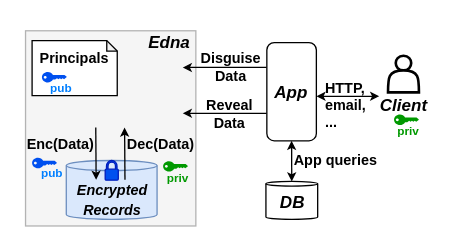
Earlier version of the draw.io diagram page "EDNA" (2 of 13) of papers/osdi22/figs/edna.drawio (tslilyai/data_disguises_lobsters). Source tidied: cells renumbered, new cells numbered last; positions are measured from the earlier drawing's top-left corner, leaving out a move shared by most shapes. Both pictures are drawn from the tidied source at 131%, with x=0, y=0 at pixel (22, 22).
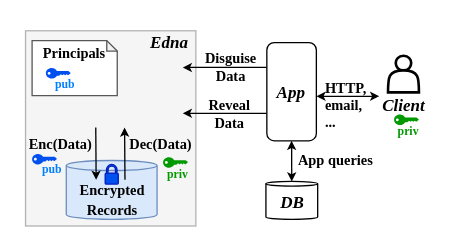
The same page after the edit.

What changed in the source:
```diff
@@
-    <mxCell id="2" value="&lt;div style=&quot;font-size: 11px;&quot;&gt;HTTP, &lt;br style=&quot;font-size: 11px;&quot;&gt;email, &lt;br style=&quot;font-size: 11px;&quot;&gt;...&lt;/div&gt;" style="text;html=1;strokeColor=none;fillColor=none;align=left;verticalAlign=middle;whiteSpace=wrap;rounded=0;fontSize=11;fontColor=#000000;labelBackgroundColor=#ffffff;fontStyle=1;" parent="1" vertex="1">
+    <mxCell id="2" value="&lt;div style=&quot;font-size: 11px;&quot;&gt;HTTP, &lt;br style=&quot;font-size: 11px;&quot;&gt;email, &lt;br style=&quot;font-size: 11px;&quot;&gt;...&lt;/div&gt;" style="text;html=1;strokeColor=none;fillColor=none;align=left;verticalAlign=middle;whiteSpace=wrap;rounded=0;fontSize=11;fontColor=#000000;labelBackgroundColor=#ffffff;fontStyle=1;fontFamily=Times New Roman;" parent="1" vertex="1">
       <mxGeometry x="229" y="55.5" width="43" height="15" as="geometry" />
     </mxCell>
-    <mxCell id="3" value="&lt;div style=&quot;font-size: 11px;&quot;&gt;Disguise &lt;br style=&quot;font-size: 11px;&quot;&gt;Data&lt;/div&gt;" style="text;html=1;strokeColor=none;fillColor=none;align=center;verticalAlign=middle;whiteSpace=wrap;rounded=0;fontSize=11;fontColor=#000000;labelBackgroundColor=#ffffff;fontStyle=1;" parent="1" vertex="1">
+    <mxCell id="3" value="&lt;div style=&quot;font-size: 11px;&quot;&gt;Disguise &lt;br style=&quot;font-size: 11px;&quot;&gt;Data&lt;/div&gt;" style="text;html=1;strokeColor=none;fillColor=none;align=center;verticalAlign=middle;whiteSpace=wrap;rounded=0;fontSize=11;fontColor=#000000;labelBackgroundColor=#ffffff;fontStyle=1;fontFamily=Times New Roman;" parent="1" vertex="1">
       <mxGeometry x="99" y="24" width="120" height="20" as="geometry" />
     </mxCell>
-    <mxCell id="4" value="DB" style="shape=cylinder3;whiteSpace=wrap;html=1;boundedLbl=1;backgroundOutline=1;size=1.7999999999999545;fillColor=none;fontSize=13;fontStyle=3;" parent="1" vertex="1">
+    <mxCell id="4" value="DB" style="shape=cylinder3;whiteSpace=wrap;html=1;boundedLbl=1;backgroundOutline=1;size=1.7999999999999545;fillColor=none;fontSize=13;fontStyle=3;fontFamily=Times New Roman;" parent="1" vertex="1">
       <mxGeometry x="185.5" y="121" width="39.5" height="29" as="geometry" />
     </mxCell>
-    <mxCell id="5" value="App" style="rounded=1;whiteSpace=wrap;html=1;fillColor=none;fontSize=13;fontStyle=3;" parent="1" vertex="1">
+    <mxCell id="5" value="App" style="rounded=1;whiteSpace=wrap;html=1;fillColor=none;fontSize=13;fontStyle=3;fontFamily=Times New Roman;spacing=0;" parent="1" vertex="1">
       <mxGeometry x="186.2" y="15" width="37.8" height="75" as="geometry" />
     </mxCell>
-    <mxCell id="6" style="rounded=0;whiteSpace=wrap;html=1;fillColor=#f5f5f5;fontSize=15;fontColor=#333333;flipV=1;horizontal=1;verticalAlign=top;spacing=0;spacingTop=-14;strokeColor=#B3B3B3;fontStyle=3;" parent="1" vertex="1">
+    <mxCell id="6" style="rounded=0;whiteSpace=wrap;html=1;fillColor=#f5f5f5;fontSize=15;fontColor=#333333;flipV=1;horizontal=1;verticalAlign=top;spacing=0;spacingTop=-14;strokeColor=#B3B3B3;fontStyle=3;fontFamily=Times New Roman;" parent="1" vertex="1">
       <mxGeometry x="2" y="6" width="130" height="149" as="geometry" />
     </mxCell>
-    <mxCell id="7" style="endArrow=classic;html=1;strokeWidth=1;fontSize=15;fontColor=#000000;entryX=1.042;entryY=0.819;entryDx=0;entryDy=0;entryPerimeter=0;endSize=4;startSize=4;fontStyle=1;" parent="1" edge="1">
+    <mxCell id="7" style="endArrow=classic;html=1;strokeWidth=1;fontSize=15;fontColor=#000000;entryX=1.042;entryY=0.819;entryDx=0;entryDy=0;entryPerimeter=0;endSize=4;startSize=4;fontStyle=1;fontFamily=Times New Roman;" parent="1" edge="1">
       <mxGeometry relative="1" as="geometry">
         <mxPoint x="186" y="34" as="sourcePoint" />
         <mxPoint x="122" y="34" as="targetPoint" />
       </mxGeometry>
     </mxCell>
-    <mxCell id="8" style="endArrow=classic;html=1;strokeWidth=1;fontSize=15;fontColor=#000000;startArrow=classic;startFill=1;endSize=4;startSize=4;exitX=0.5;exitY=1;exitDx=0;exitDy=0;fontStyle=1;" parent="1" edge="1" source="5" target="4">
+    <mxCell id="8" style="endArrow=classic;html=1;strokeWidth=1;fontSize=15;fontColor=#000000;startArrow=classic;startFill=1;endSize=4;startSize=4;exitX=0.5;exitY=1;exitDx=0;exitDy=0;fontStyle=1;fontFamily=Times New Roman;" parent="1" edge="1" source="5" target="4">
       <mxGeometry relative="1" as="geometry" />
     </mxCell>
-    <mxCell id="9" value="&lt;div style=&quot;font-size: 11px;&quot;&gt;App queries&lt;/div&gt;" style="text;html=1;strokeColor=none;fillColor=none;align=center;verticalAlign=middle;whiteSpace=wrap;rounded=0;fontSize=11;fontColor=#000000;labelBackgroundColor=#ffffff;fontStyle=1;" parent="1" vertex="1">
+    <mxCell id="9" value="&lt;div style=&quot;font-size: 11px;&quot;&gt;App queries&lt;/div&gt;" style="text;html=1;strokeColor=none;fillColor=none;align=center;verticalAlign=middle;whiteSpace=wrap;rounded=0;fontSize=11;fontColor=#000000;labelBackgroundColor=#ffffff;fontStyle=1;fontFamily=Times New Roman;" parent="1" vertex="1">
       <mxGeometry x="193.5" y="97" width="90" height="15" as="geometry" />
     </mxCell>
-    <mxCell id="10" value="&lt;div style=&quot;font-size: 11px;&quot;&gt;Principals&lt;/div&gt;" style="shape=note;whiteSpace=wrap;html=1;backgroundOutline=1;darkOpacity=0.05;size=8;labelBackgroundColor=none;horizontal=1;verticalAlign=top;fontStyle=1;fontSize=11;" parent="1" vertex="1">
+    <mxCell id="10" value="&lt;div style=&quot;font-size: 11px;&quot;&gt;Principals&lt;/div&gt;" style="shape=note;whiteSpace=wrap;html=1;backgroundOutline=1;darkOpacity=0.05;size=8;labelBackgroundColor=none;horizontal=1;verticalAlign=top;fontStyle=1;fontSize=11;fontFamily=Times New Roman;spacing=-2;strokeColor=#575757;" parent="1" vertex="1">
       <mxGeometry x="7" y="13.5" width="65" height="42" as="geometry" />
     </mxCell>
-    <mxCell id="11" value="&lt;div style=&quot;font-size: 11px;&quot;&gt;Reveal&lt;br style=&quot;font-size: 11px;&quot;&gt;Data&lt;/div&gt;" style="text;html=1;strokeColor=none;fillColor=none;align=center;verticalAlign=middle;whiteSpace=wrap;rounded=0;fontSize=11;fontColor=#000000;labelBackgroundColor=#ffffff;fontStyle=1;" parent="1" vertex="1">
+    <mxCell id="11" value="&lt;div style=&quot;font-size: 11px;&quot;&gt;Reveal&lt;br style=&quot;font-size: 11px;&quot;&gt;Data&lt;/div&gt;" style="text;html=1;strokeColor=none;fillColor=none;align=center;verticalAlign=middle;whiteSpace=wrap;rounded=0;fontSize=11;fontColor=#000000;labelBackgroundColor=#ffffff;fontStyle=1;fontFamily=Times New Roman;" parent="1" vertex="1">
       <mxGeometry x="145" y="60" width="26" height="20" as="geometry" />
     </mxCell>
-    <mxCell id="12" style="endArrow=classic;html=1;strokeWidth=1;fontSize=15;fontColor=#000000;entryX=1.042;entryY=0.819;entryDx=0;entryDy=0;entryPerimeter=0;endSize=4;startSize=4;fontStyle=1;" parent="1" edge="1">
+    <mxCell id="12" style="endArrow=classic;html=1;strokeWidth=1;fontSize=15;fontColor=#000000;entryX=1.042;entryY=0.819;entryDx=0;entryDy=0;entryPerimeter=0;endSize=4;startSize=4;fontStyle=1;fontFamily=Times New Roman;" parent="1" edge="1">
       <mxGeometry relative="1" as="geometry">
         <mxPoint x="186" y="69" as="sourcePoint" />
         <mxPoint x="122" y="69" as="targetPoint" />
       </mxGeometry>
     </mxCell>
-    <mxCell id="13" value="&lt;font style=&quot;font-size: 11px&quot;&gt;Encrypted &lt;br&gt;Records&lt;/font&gt;" style="shape=cylinder3;html=1;boundedLbl=1;backgroundOutline=1;size=3.8275862068964557;labelPosition=center;verticalLabelPosition=middle;align=center;verticalAlign=bottom;fillColor=#dae8fc;strokeColor=#6c8ebf;spacingBottom=-3;fontStyle=3;" parent="1" vertex="1">
+    <mxCell id="13" value="&lt;font style=&quot;font-size: 11px&quot;&gt;Encrypted &lt;br&gt;Records&lt;/font&gt;" style="shape=cylinder3;html=1;boundedLbl=1;backgroundOutline=1;size=3.8275862068964557;labelPosition=center;verticalLabelPosition=middle;align=center;verticalAlign=bottom;fillColor=#dae8fc;strokeColor=#6c8ebf;spacingBottom=-3;fontStyle=1;fontFamily=Times New Roman;" parent="1" vertex="1">
       <mxGeometry x="33.1" y="105" width="69.3" height="45" as="geometry" />
     </mxCell>
-    <mxCell id="14" style="shadow=0;dashed=0;html=1;fillColor=#0050ef;labelPosition=center;verticalLabelPosition=bottom;verticalAlign=top;align=center;shape=mxgraph.office.security.lock_protected;fontColor=#ffffff;strokeColor=#001DBC;fontStyle=1;" parent="1" vertex="1">
-      <mxGeometry x="62.8" y="105" width="10" height="15" as="geometry" />
+    <mxCell id="14" style="shadow=0;dashed=0;html=1;fillColor=#0050ef;labelPosition=center;verticalLabelPosition=bottom;verticalAlign=top;align=center;shape=mxgraph.office.security.lock_protected;fontColor=#ffffff;strokeColor=#001DBC;fontStyle=1;fontFamily=Times New Roman;" parent="1" vertex="1">
+      <mxGeometry x="62.8" y="108" width="10" height="15" as="geometry" />
     </mxCell>
-    <mxCell id="15" style="endArrow=classic;html=1;strokeWidth=1;fontSize=15;fontColor=#000000;startArrow=classic;startFill=1;endSize=4;startSize=4;exitX=1;exitY=0.5;exitDx=0;exitDy=0;fontStyle=1;" parent="1" edge="1">
+    <mxCell id="15" style="endArrow=classic;html=1;strokeWidth=1;fontSize=15;fontColor=#000000;startArrow=classic;startFill=1;endSize=4;startSize=4;exitX=1;exitY=0.5;exitDx=0;exitDy=0;fontStyle=1;fontFamily=Times New Roman;" parent="1" edge="1">
       <mxGeometry relative="1" as="geometry">
         <mxPoint x="224" y="56" as="sourcePoint" />
         <mxPoint x="272" y="56" as="targetPoint" />
       </mxGeometry>
     </mxCell>
-    <mxCell id="16" value="&lt;div style=&quot;font-size: 11px;&quot;&gt;Dec(Data)&lt;/div&gt;" style="text;html=1;strokeColor=none;fillColor=none;align=center;verticalAlign=middle;whiteSpace=wrap;rounded=0;fontSize=11;fontColor=#000000;labelBackgroundColor=none;fontStyle=1;" parent="1" vertex="1">
+    <mxCell id="16" value="&lt;div style=&quot;font-size: 11px;&quot;&gt;Dec(Data)&lt;/div&gt;" style="text;html=1;strokeColor=none;fillColor=none;align=center;verticalAlign=middle;whiteSpace=wrap;rounded=0;fontSize=11;fontColor=#000000;labelBackgroundColor=none;fontStyle=1;fontFamily=Times New Roman;" parent="1" vertex="1">
       <mxGeometry x="82.5" y="83" width="44.5" height="20" as="geometry" />
     </mxCell>
-    <mxCell id="17" value="&lt;div style=&quot;font-size: 11px;&quot;&gt;Enc(Data)&lt;/div&gt;" style="text;html=1;strokeColor=none;fillColor=none;align=center;verticalAlign=middle;whiteSpace=wrap;rounded=0;fontSize=11;fontColor=#000000;labelBackgroundColor=none;fontStyle=1;" parent="1" vertex="1">
+    <mxCell id="17" value="&lt;div style=&quot;font-size: 11px;&quot;&gt;Enc(Data)&lt;/div&gt;" style="text;html=1;strokeColor=none;fillColor=none;align=center;verticalAlign=middle;whiteSpace=wrap;rounded=0;fontSize=11;fontColor=#000000;labelBackgroundColor=none;fontStyle=1;fontFamily=Times New Roman;" parent="1" vertex="1">
       <mxGeometry x="-0.1" y="83" width="58.2" height="20" as="geometry" />
     </mxCell>
-    <mxCell id="18" style="endArrow=classic;html=1;strokeWidth=1;fontSize=15;fontColor=#000000;startArrow=none;startFill=0;endSize=4;startSize=4;fontStyle=1;" parent="1" edge="1">
+    <mxCell id="18" style="endArrow=classic;html=1;strokeWidth=1;fontSize=15;fontColor=#000000;startArrow=none;startFill=0;endSize=4;startSize=4;fontStyle=1;fontFamily=Times New Roman;" parent="1" edge="1">
       <mxGeometry relative="1" as="geometry">
         <mxPoint x="55.6" y="79.8" as="sourcePoint" />
         <mxPoint x="55.9" y="119.8" as="targetPoint" />
       </mxGeometry>
     </mxCell>
-    <mxCell id="19" style="endArrow=classic;html=1;strokeWidth=1;fontSize=15;fontColor=#000000;startArrow=none;startFill=0;endSize=4;startSize=4;fontStyle=1;" parent="1" edge="1">
+    <mxCell id="19" style="endArrow=classic;html=1;strokeWidth=1;fontSize=15;fontColor=#000000;startArrow=none;startFill=0;endSize=4;startSize=4;fontStyle=1;fontFamily=Times New Roman;" parent="1" edge="1">
       <mxGeometry relative="1" as="geometry">
         <mxPoint x="77.9" y="119.8" as="sourcePoint" />
         <mxPoint x="77.6" y="79.8" as="targetPoint" />
       </mxGeometry>
     </mxCell>
-    <mxCell id="20" value="&lt;div&gt;pub&lt;br&gt;&lt;/div&gt;" style="verticalLabelPosition=bottom;sketch=0;html=1;verticalAlign=top;align=center;shape=mxgraph.cisco19.key;fillColor=#0050ef;strokeColor=#001DBC;fontSize=9;fontColor=#007FFF;spacingLeft=10;spacingTop=-8;fontStyle=1;" parent="1" vertex="1">
-      <mxGeometry x="7" y="103" width="19" height="8" as="geometry" />
+    <mxCell id="20" value="&lt;div&gt;pub&lt;br&gt;&lt;/div&gt;" style="verticalLabelPosition=bottom;sketch=0;html=1;verticalAlign=top;align=center;shape=mxgraph.cisco19.key;fillColor=#0050ef;strokeColor=#001DBC;fontSize=9;fontColor=#007FFF;spacingLeft=10;spacingTop=-8;fontStyle=1;fontFamily=Times New Roman;" parent="1" vertex="1">
+      <mxGeometry x="7" y="100" width="19" height="8" as="geometry" />
     </mxCell>
-    <mxCell id="21" value="&lt;div&gt;pub&lt;br&gt;&lt;/div&gt;" style="verticalLabelPosition=bottom;sketch=0;html=1;verticalAlign=top;align=center;shape=mxgraph.cisco19.key;fillColor=#0050ef;strokeColor=#001DBC;fontSize=9;fontColor=#007FFF;spacingLeft=10;spacingTop=-8;fontStyle=1;" parent="1" vertex="1">
-      <mxGeometry x="14.5" y="37.5" width="19" height="8" as="geometry" />
+    <mxCell id="21" value="&lt;div&gt;pub&lt;br&gt;&lt;/div&gt;" style="verticalLabelPosition=bottom;sketch=0;html=1;verticalAlign=top;align=center;shape=mxgraph.cisco19.key;fillColor=#0050ef;strokeColor=#001DBC;fontSize=9;fontColor=#007FFF;spacingLeft=10;spacingTop=-8;fontStyle=1;fontFamily=Times New Roman;" parent="1" vertex="1">
+      <mxGeometry x="17.5" y="34.5" width="19" height="8" as="geometry" />
     </mxCell>
-    <mxCell id="22" value="priv" style="verticalLabelPosition=bottom;sketch=0;html=1;verticalAlign=top;align=center;shape=mxgraph.cisco19.key;fillColor=#009900;strokeColor=#00CC00;fontSize=9;fontColor=#009900;spacingLeft=3;spacingTop=-7;fontStyle=1;" parent="1" vertex="1">
-      <mxGeometry x="107" y="105.5" width="19" height="8" as="geometry" />
+    <mxCell id="22" value="priv" style="verticalLabelPosition=bottom;sketch=0;html=1;verticalAlign=top;align=center;shape=mxgraph.cisco19.key;fillColor=#009900;strokeColor=#00CC00;fontSize=9;fontColor=#009900;spacingLeft=3;spacingTop=-7;fontStyle=1;fontFamily=Times New Roman;" parent="1" vertex="1">
+      <mxGeometry x="107" y="102.5" width="19" height="8" as="geometry" />
     </mxCell>
-    <mxCell id="23" value="priv" style="verticalLabelPosition=bottom;sketch=0;html=1;verticalAlign=top;align=center;shape=mxgraph.cisco19.key;fillColor=#009900;strokeColor=#00CC00;fontSize=9;fontColor=#009900;spacingLeft=3;spacingTop=-7;fontStyle=1;" parent="1" vertex="1">
+    <mxCell id="23" value="priv" style="verticalLabelPosition=bottom;sketch=0;html=1;verticalAlign=top;align=center;shape=mxgraph.cisco19.key;fillColor=#009900;strokeColor=#00CC00;fontSize=9;fontColor=#009900;spacingLeft=3;spacingTop=-7;fontStyle=1;fontFamily=Times New Roman;" parent="1" vertex="1">
       <mxGeometry x="283.3" y="70" width="19" height="8" as="geometry" />
     </mxCell>
-    <mxCell id="24" value="&lt;div&gt;Client&lt;/div&gt;" style="shape=actor;whiteSpace=wrap;html=1;labelBackgroundColor=none;fontSize=13;fontColor=#000000;strokeColor=default;strokeWidth=2;fillColor=none;gradientColor=#ffffff;labelPosition=center;verticalLabelPosition=bottom;align=center;verticalAlign=top;fontStyle=3;spacing=-2;" parent="1" vertex="1">
+    <mxCell id="24" value="&lt;div&gt;Client&lt;/div&gt;" style="shape=actor;whiteSpace=wrap;html=1;labelBackgroundColor=none;fontSize=13;fontColor=#000000;strokeColor=default;strokeWidth=2;fillColor=none;gradientColor=#ffffff;labelPosition=center;verticalLabelPosition=bottom;align=center;verticalAlign=top;fontStyle=3;spacing=-2;fontFamily=Times New Roman;" parent="1" vertex="1">
       <mxGeometry x="278.7" y="25.1" width="23.6" height="27.9" as="geometry" />
     </mxCell>
-    <mxCell id="25" value="&lt;font style=&quot;font-size: 13px&quot;&gt;&lt;i&gt;&lt;b&gt;Edna&lt;/b&gt;&lt;/i&gt;&lt;/font&gt;" style="text;html=1;strokeColor=none;fillColor=none;align=center;verticalAlign=middle;whiteSpace=wrap;rounded=0;labelBackgroundColor=none;fontSize=11;fontColor=#000000;" parent="1" vertex="1">
+    <mxCell id="25" value="&lt;font style=&quot;font-size: 13px&quot;&gt;&lt;i&gt;&lt;b&gt;Edna&lt;/b&gt;&lt;/i&gt;&lt;/font&gt;" style="text;html=1;strokeColor=none;fillColor=none;align=center;verticalAlign=middle;whiteSpace=wrap;rounded=0;labelBackgroundColor=none;fontSize=11;fontColor=#000000;fontFamily=Times New Roman;" parent="1" vertex="1">
       <mxGeometry x="81.5" width="60" height="30" as="geometry" />
     </mxCell>
```
